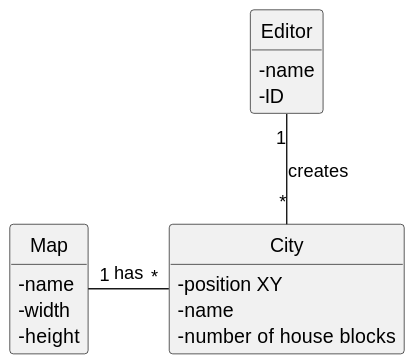
This is docs/sprint2/us003/02.analysis/svg/us003-domain-model.svg from ivasduarte/all-aboard, a PlantUML export, as it was before one commit.
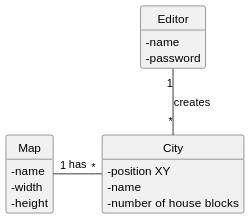
The same diagram one commit later.

Change to the diagram source:
```diff
@@ -25,7 +25,7 @@
 
 class Editor {
     - name
-    - ID
+    - password
 }
 
 
```
